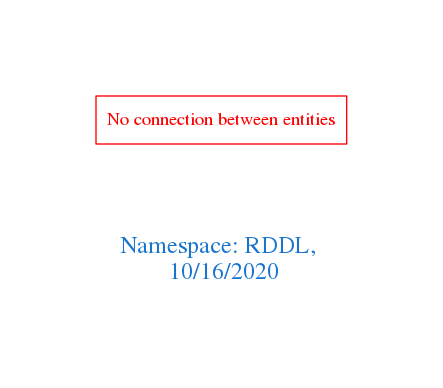
arago/OGIT keeps this Graphviz diagram as downloads/RDDL.png. Above is the earlier version. Its source is kept beside it as downloads/RDDL.dot.
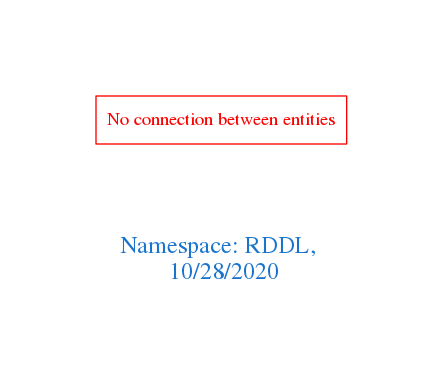
The same file after the commit.

The edit, as a diff of the source:
```diff
@@ -1,7 +1,7 @@
 digraph OGIT_ontology {
  graph [ rankdir= LR,pad=1
 fontsize = 18,
-fontcolor= dodgerblue3,label = "\n\n\nNamespace: RDDL, \n 10/16/2020"];
+fontcolor= dodgerblue3,label = "\n\n\nNamespace: RDDL, \n 10/28/2020"];
 node[shape=polygon];
 edge [  color="gray81"];
 
```
